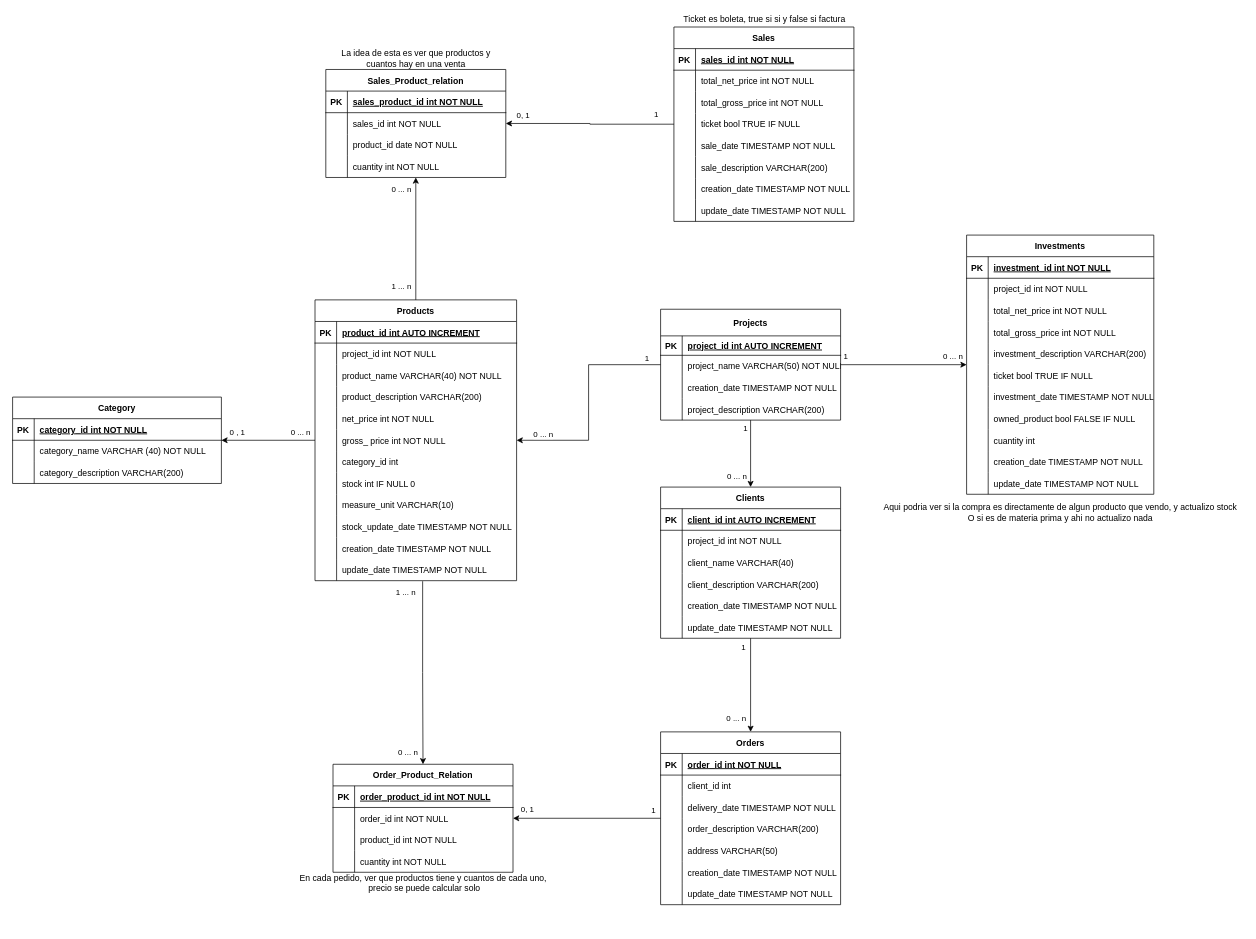
Earlier version of the draw.io diagram DB_model.drawio (diegoHurtadoG/Easy-Negocios). Source tidied: cells renumbered, new cells numbered last; positions are measured from the earlier drawing's top-left corner, leaving out a move shared by most shapes. Both pictures are drawn from the tidied source at 72%, with x=0, y=0 at pixel (12, 12).
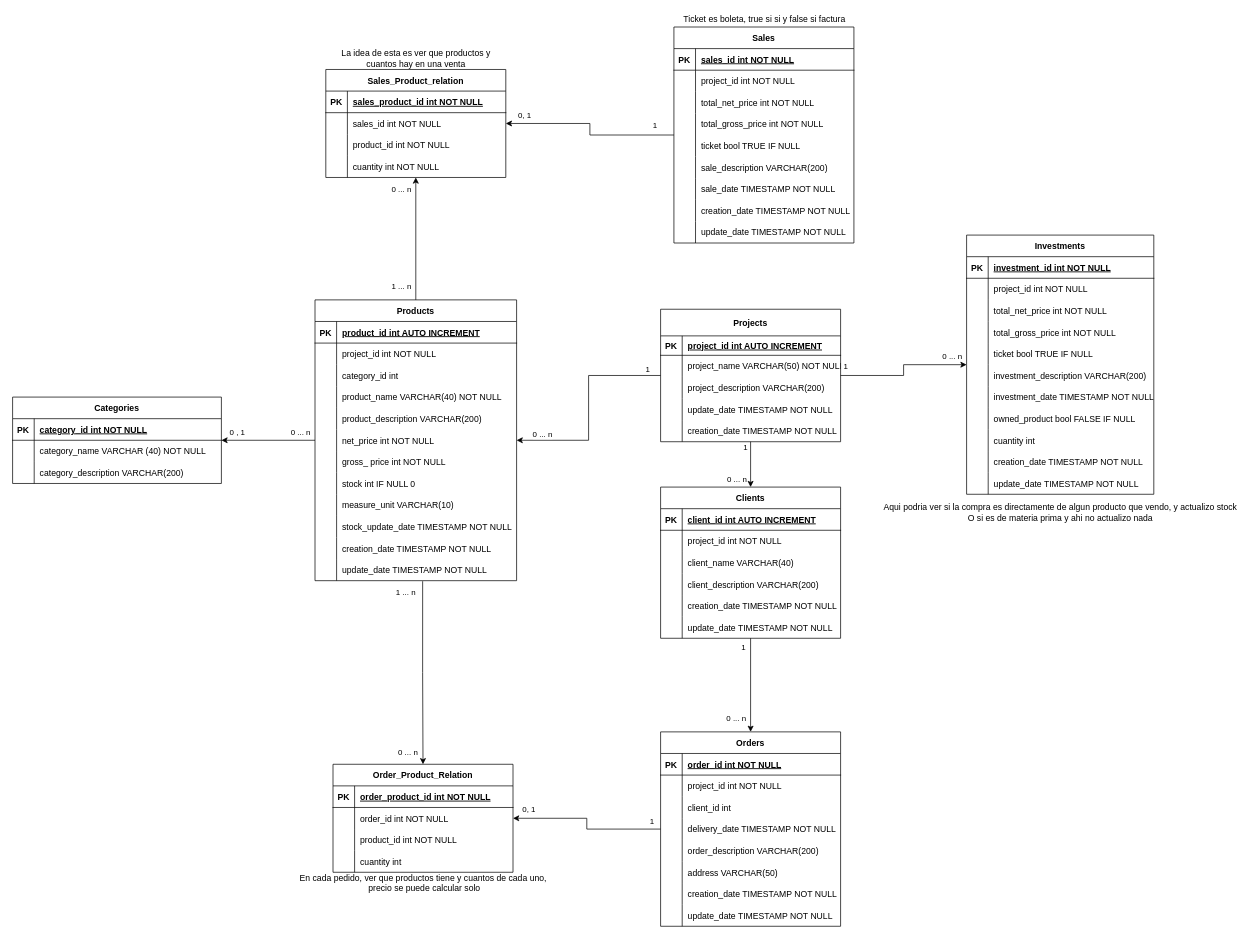
After the change.

Unchanged cells that the change refers to:
```xml
<mxCell id="8" value="Products" style="shape=table;startSize=30;childLayout=tableLayout;rowLines=0;fontStyle=1;align=center;" parent="1" vertex="1">
  <mxGeometry x="420" y="399" width="280" height="390" as="geometry" />
</mxCell>
<mxCell id="45" value="Investments" style="shape=table;startSize=30;childLayout=tableLayout;rowLines=0;fontStyle=1;align=center;" parent="1" vertex="1">
  <mxGeometry x="1325" y="309" width="260" height="360" as="geometry" />
</mxCell>
<mxCell id="190" style="shape=partialRectangle;fillColor=none;top=0;left=0;right=0;bottom=0;" parent="183" vertex="1">
  <mxGeometry y="90" width="250" height="30" as="geometry" />
</mxCell>
<mxCell id="208" style="shape=partialRectangle;fillColor=none;top=0;left=0;right=0;bottom=0;" parent="198" vertex="1">
  <mxGeometry y="120" width="250" height="30" as="geometry" />
</mxCell>
```

What changed in the source:
```diff
@@
+    <mxCell id="27" style="shape=partialRectangle;fillColor=none;top=0;left=0;right=0;bottom=0;" parent="8" vertex="1">
+      <mxGeometry y="90" width="280" height="30" as="geometry" />
+    </mxCell>
+    <mxCell id="28" style="shape=partialRectangle;overflow=hidden;fillColor=none;top=0;left=0;bottom=0;right=0;" parent="27" vertex="1">
+      <mxGeometry width="30" height="30" as="geometry" />
+    </mxCell>
+    <mxCell id="29" value="category_id int" style="shape=partialRectangle;overflow=hidden;fillColor=none;top=0;left=0;bottom=0;right=0;align=left;spacingLeft=6;" parent="27" vertex="1">
+      <mxGeometry x="30" width="250" height="30" as="geometry" />
+    </mxCell>
     <mxCell id="15" style="shape=partialRectangle;fillColor=none;top=0;left=0;right=0;bottom=0;" parent="8" vertex="1">
-      <mxGeometry y="90" width="280" height="30" as="geometry" />
+      <mxGeometry y="120" width="280" height="30" as="geometry" />
     </mxCell>
@@
     <mxCell id="18" style="shape=partialRectangle;fillColor=none;top=0;left=0;right=0;bottom=0;" parent="8" vertex="1">
-      <mxGeometry y="120" width="280" height="30" as="geometry" />
+      <mxGeometry y="150" width="280" height="30" as="geometry" />
     </mxCell>
@@
     <mxCell id="21" style="shape=partialRectangle;fillColor=none;top=0;left=0;right=0;bottom=0;" parent="8" vertex="1">
-      <mxGeometry y="150" width="280" height="30" as="geometry" />
+      <mxGeometry y="180" width="280" height="30" as="geometry" />
     </mxCell>
@@
     <mxCell id="24" style="shape=partialRectangle;fillColor=none;top=0;left=0;right=0;bottom=0;" parent="8" vertex="1">
-      <mxGeometry y="180" width="280" height="30" as="geometry" />
+      <mxGeometry y="210" width="280" height="30" as="geometry" />
     </mxCell>
@@
-    <mxCell id="27" style="shape=partialRectangle;fillColor=none;top=0;left=0;right=0;bottom=0;" parent="8" vertex="1">
-      <mxGeometry y="210" width="280" height="30" as="geometry" />
-    </mxCell>
-    <mxCell id="28" style="shape=partialRectangle;overflow=hidden;fillColor=none;top=0;left=0;bottom=0;right=0;" parent="27" vertex="1">
-      <mxGeometry width="30" height="30" as="geometry" />
-    </mxCell>
-    <mxCell id="29" value="category_id int" style="shape=partialRectangle;overflow=hidden;fillColor=none;top=0;left=0;bottom=0;right=0;align=left;spacingLeft=6;" parent="27" vertex="1">
-      <mxGeometry x="30" width="250" height="30" as="geometry" />
-    </mxCell>
@@
+    <mxCell id="61" style="shape=partialRectangle;fillColor=none;top=0;left=0;right=0;bottom=0;" parent="45" vertex="1">
+      <mxGeometry y="150" width="260" height="30" as="geometry" />
+    </mxCell>
+    <mxCell id="62" style="shape=partialRectangle;overflow=hidden;fillColor=none;top=0;left=0;bottom=0;right=0;" parent="61" vertex="1">
+      <mxGeometry width="30" height="30" as="geometry" />
+    </mxCell>
+    <mxCell id="63" value="ticket bool TRUE IF NULL" style="shape=partialRectangle;overflow=hidden;fillColor=none;top=0;left=0;bottom=0;right=0;align=left;spacingLeft=6;" parent="61" vertex="1">
+      <mxGeometry x="30" width="230" height="30" as="geometry" />
+    </mxCell>
     <mxCell id="58" style="shape=partialRectangle;fillColor=none;top=0;left=0;right=0;bottom=0;" parent="45" vertex="1">
-      <mxGeometry y="150" width="260" height="30" as="geometry" />
+      <mxGeometry y="180" width="260" height="30" as="geometry" />
     </mxCell>
@@
-    <mxCell id="61" style="shape=partialRectangle;fillColor=none;top=0;left=0;right=0;bottom=0;" parent="45" vertex="1">
-      <mxGeometry y="180" width="260" height="30" as="geometry" />
-    </mxCell>
-    <mxCell id="62" style="shape=partialRectangle;overflow=hidden;fillColor=none;top=0;left=0;bottom=0;right=0;" parent="61" vertex="1">
-      <mxGeometry width="30" height="30" as="geometry" />
-    </mxCell>
-    <mxCell id="63" value="ticket bool TRUE IF NULL" style="shape=partialRectangle;overflow=hidden;fillColor=none;top=0;left=0;bottom=0;right=0;align=left;spacingLeft=6;" parent="61" vertex="1">
-      <mxGeometry x="30" width="230" height="30" as="geometry" />
-    </mxCell>
@@
     <mxCell id="82" value="Sales" style="shape=table;startSize=30;childLayout=tableLayout;rowLines=0;fontStyle=1;align=center;" parent="1" vertex="1">
-      <mxGeometry x="918.5" y="20" width="250" height="270" as="geometry" />
+      <mxGeometry x="918.5" y="20" width="250" height="300" as="geometry" />
     </mxCell>
@@
+    <mxCell id="219" style="shape=partialRectangle;fillColor=none;top=0;left=0;right=0;bottom=0;" parent="82" vertex="1">
+      <mxGeometry y="60" width="250" height="30" as="geometry" />
+    </mxCell>
+    <mxCell id="220" style="shape=partialRectangle;overflow=hidden;fillColor=none;top=0;left=0;bottom=0;right=0;" parent="219" vertex="1">
+      <mxGeometry width="30" height="30" as="geometry" />
+    </mxCell>
+    <mxCell id="221" value="project_id int NOT NULL" style="shape=partialRectangle;overflow=hidden;fillColor=none;top=0;left=0;bottom=0;right=0;align=left;spacingLeft=6;" parent="219" vertex="1">
+      <mxGeometry x="30" width="220" height="30" as="geometry" />
+    </mxCell>
     <mxCell id="86" style="shape=partialRectangle;fillColor=none;top=0;left=0;right=0;bottom=0;" parent="82" vertex="1">
-      <mxGeometry y="60" width="250" height="30" as="geometry" />
+      <mxGeometry y="90" width="250" height="30" as="geometry" />
     </mxCell>
@@
     <mxCell id="89" style="shape=partialRectangle;fillColor=none;top=0;left=0;right=0;bottom=0;" parent="82" vertex="1">
-      <mxGeometry y="90" width="250" height="30" as="geometry" />
+      <mxGeometry y="120" width="250" height="30" as="geometry" />
     </mxCell>
@@
     <mxCell id="92" style="shape=partialRectangle;fillColor=none;top=0;left=0;right=0;bottom=0;" parent="82" vertex="1">
-      <mxGeometry y="120" width="250" height="30" as="geometry" />
+      <mxGeometry y="150" width="250" height="30" as="geometry" />
     </mxCell>
@@
+    <mxCell id="98" style="shape=partialRectangle;fillColor=none;top=0;left=0;right=0;bottom=0;" parent="82" vertex="1">
+      <mxGeometry y="180" width="250" height="30" as="geometry" />
+    </mxCell>
+    <mxCell id="99" style="shape=partialRectangle;overflow=hidden;fillColor=none;top=0;left=0;bottom=0;right=0;" parent="98" vertex="1">
+      <mxGeometry width="30" height="30" as="geometry" />
+    </mxCell>
+    <mxCell id="100" value="sale_description VARCHAR(200)" style="shape=partialRectangle;overflow=hidden;fillColor=none;top=0;left=0;bottom=0;right=0;align=left;spacingLeft=6;" parent="98" vertex="1">
+      <mxGeometry x="30" width="220" height="30" as="geometry" />
+    </mxCell>
     <mxCell id="95" style="shape=partialRectangle;fillColor=none;top=0;left=0;right=0;bottom=0;" parent="82" vertex="1">
-      <mxGeometry y="150" width="250" height="30" as="geometry" />
+      <mxGeometry y="210" width="250" height="30" as="geometry" />
     </mxCell>
@@
-    <mxCell id="98" style="shape=partialRectangle;fillColor=none;top=0;left=0;right=0;bottom=0;" parent="82" vertex="1">
-      <mxGeometry y="180" width="250" height="30" as="geometry" />
-    </mxCell>
-    <mxCell id="99" style="shape=partialRectangle;overflow=hidden;fillColor=none;top=0;left=0;bottom=0;right=0;" parent="98" vertex="1">
-      <mxGeometry width="30" height="30" as="geometry" />
-    </mxCell>
-    <mxCell id="100" value="sale_description VARCHAR(200)" style="shape=partialRectangle;overflow=hidden;fillColor=none;top=0;left=0;bottom=0;right=0;align=left;spacingLeft=6;" parent="98" vertex="1">
-      <mxGeometry x="30" width="220" height="30" as="geometry" />
-    </mxCell>
     <mxCell id="101" style="shape=partialRectangle;fillColor=none;top=0;left=0;right=0;bottom=0;" parent="82" vertex="1">
-      <mxGeometry y="210" width="250" height="30" as="geometry" />
+      <mxGeometry y="240" width="250" height="30" as="geometry" />
     </mxCell>
@@
     <mxCell id="104" style="shape=partialRectangle;fillColor=none;top=0;left=0;right=0;bottom=0;" parent="82" vertex="1">
-      <mxGeometry y="240" width="250" height="30" as="geometry" />
+      <mxGeometry y="270" width="250" height="30" as="geometry" />
     </mxCell>
@@
     <mxCell id="110" value="Orders" style="shape=table;startSize=30;childLayout=tableLayout;rowLines=0;fontStyle=1;align=center;" parent="1" vertex="1">
-      <mxGeometry x="900" y="999" width="250" height="240" as="geometry" />
+      <mxGeometry x="900" y="999" width="250" height="270" as="geometry" />
     </mxCell>
@@
+    <mxCell id="222" style="shape=partialRectangle;fillColor=none;top=0;left=0;right=0;bottom=0;" parent="110" vertex="1">
+      <mxGeometry y="60" width="250" height="30" as="geometry" />
+    </mxCell>
+    <mxCell id="223" style="shape=partialRectangle;overflow=hidden;fillColor=none;top=0;left=0;bottom=0;right=0;" parent="222" vertex="1">
+      <mxGeometry width="30" height="30" as="geometry" />
+    </mxCell>
+    <mxCell id="224" value="project_id int NOT NULL" style="shape=partialRectangle;overflow=hidden;fillColor=none;top=0;left=0;bottom=0;right=0;align=left;spacingLeft=6;" parent="222" vertex="1">
+      <mxGeometry x="30" width="220" height="30" as="geometry" />
+    </mxCell>
     <mxCell id="114" style="shape=partialRectangle;fillColor=none;top=0;left=0;right=0;bottom=0;" parent="110" vertex="1">
-      <mxGeometry y="60" width="250" height="30" as="geometry" />
+      <mxGeometry y="90" width="250" height="30" as="geometry" />
     </mxCell>
@@
     <mxCell id="117" style="shape=partialRectangle;fillColor=none;top=0;left=0;right=0;bottom=0;" parent="110" vertex="1">
-      <mxGeometry y="90" width="250" height="30" as="geometry" />
+      <mxGeometry y="120" width="250" height="30" as="geometry" />
     </mxCell>
@@
     <mxCell id="120" style="shape=partialRectangle;fillColor=none;top=0;left=0;right=0;bottom=0;" parent="110" vertex="1">
-      <mxGeometry y="120" width="250" height="30" as="geometry" />
+      <mxGeometry y="150" width="250" height="30" as="geometry" />
     </mxCell>
@@
     <mxCell id="123" style="shape=partialRectangle;fillColor=none;top=0;left=0;right=0;bottom=0;" parent="110" vertex="1">
-      <mxGeometry y="150" width="250" height="30" as="geometry" />
+      <mxGeometry y="180" width="250" height="30" as="geometry" />
     </mxCell>
@@
     <mxCell id="126" style="shape=partialRectangle;fillColor=none;top=0;left=0;right=0;bottom=0;" parent="110" vertex="1">
-      <mxGeometry y="180" width="250" height="30" as="geometry" />
+      <mxGeometry y="210" width="250" height="30" as="geometry" />
     </mxCell>
@@
     <mxCell id="129" style="shape=partialRectangle;fillColor=none;top=0;left=0;right=0;bottom=0;" parent="110" vertex="1">
-      <mxGeometry y="210" width="250" height="30" as="geometry" />
+      <mxGeometry y="240" width="250" height="30" as="geometry" />
     </mxCell>
@@
     <mxCell id="138" value="Projects" style="shape=table;startSize=37;childLayout=tableLayout;rowLines=0;fontStyle=1;align=center;" parent="1" vertex="1">
-      <mxGeometry x="900" y="412" width="250" height="154" as="geometry" />
+      <mxGeometry x="900" y="412" width="250" height="184" as="geometry" />
     </mxCell>
@@
+    <mxCell id="148" style="shape=partialRectangle;fillColor=none;top=0;left=0;right=0;bottom=0;" parent="138" vertex="1">
+      <mxGeometry y="94" width="250" height="30" as="geometry" />
+    </mxCell>
+    <mxCell id="149" style="shape=partialRectangle;overflow=hidden;fillColor=none;top=0;left=0;bottom=0;right=0;" parent="148" vertex="1">
+      <mxGeometry width="30" height="30" as="geometry" />
+    </mxCell>
+    <mxCell id="150" value="project_description VARCHAR(200) " style="shape=partialRectangle;overflow=hidden;fillColor=none;top=0;left=0;bottom=0;right=0;align=left;spacingLeft=6;" parent="148" vertex="1">
+      <mxGeometry x="30" width="220" height="30" as="geometry" />
+    </mxCell>
+    <mxCell id="225" style="shape=partialRectangle;fillColor=none;top=0;left=0;right=0;bottom=0;" parent="138" vertex="1">
+      <mxGeometry y="124" width="250" height="30" as="geometry" />
+    </mxCell>
+    <mxCell id="226" style="shape=partialRectangle;overflow=hidden;fillColor=none;top=0;left=0;bottom=0;right=0;" parent="225" vertex="1">
+      <mxGeometry width="30" height="30" as="geometry" />
+    </mxCell>
+    <mxCell id="227" value="update_date TIMESTAMP NOT NULL" style="shape=partialRectangle;overflow=hidden;fillColor=none;top=0;left=0;bottom=0;right=0;align=left;spacingLeft=6;" parent="225" vertex="1">
+      <mxGeometry x="30" width="220" height="30" as="geometry" />
+    </mxCell>
     <mxCell id="145" style="shape=partialRectangle;fillColor=none;top=0;left=0;right=0;bottom=0;" parent="138" vertex="1">
-      <mxGeometry y="94" width="250" height="30" as="geometry" />
+      <mxGeometry y="154" width="250" height="30" as="geometry" />
     </mxCell>
@@
-    <mxCell id="148" style="shape=partialRectangle;fillColor=none;top=0;left=0;right=0;bottom=0;" parent="138" vertex="1">
-      <mxGeometry y="124" width="250" height="30" as="geometry" />
-    </mxCell>
-    <mxCell id="149" style="shape=partialRectangle;overflow=hidden;fillColor=none;top=0;left=0;bottom=0;right=0;" parent="148" vertex="1">
-      <mxGeometry width="30" height="30" as="geometry" />
-    </mxCell>
-    <mxCell id="150" value="project_description VARCHAR(200) " style="shape=partialRectangle;overflow=hidden;fillColor=none;top=0;left=0;bottom=0;right=0;align=left;spacingLeft=6;" parent="148" vertex="1">
-      <mxGeometry x="30" width="220" height="30" as="geometry" />
-    </mxCell>
@@
-    <mxCell id="173" value="Category" style="shape=table;startSize=30;childLayout=tableLayout;rowLines=0;fontStyle=1;align=center;" parent="1" vertex="1">
+    <mxCell id="173" value="Categories" style="shape=table;startSize=30;childLayout=tableLayout;rowLines=0;fontStyle=1;align=center;" parent="1" vertex="1">
       <mxGeometry y="534" width="290" height="120" as="geometry" />
     </mxCell>
@@
-    <mxCell id="192" value="product_id date NOT NULL" style="shape=partialRectangle;overflow=hidden;fillColor=none;top=0;left=0;bottom=0;right=0;align=left;spacingLeft=6;" parent="190" vertex="1">
+    <mxCell id="192" value="product_id int NOT NULL" style="shape=partialRectangle;overflow=hidden;fillColor=none;top=0;left=0;bottom=0;right=0;align=left;spacingLeft=6;" parent="190" vertex="1">
       <mxGeometry x="30" width="220" height="30" as="geometry" />
     </mxCell>
@@
-    <mxCell id="210" value="cuantity int NOT NULL" style="shape=partialRectangle;overflow=hidden;fillColor=none;top=0;left=0;bottom=0;right=0;align=left;spacingLeft=6;" parent="208" vertex="1">
+    <mxCell id="210" value="cuantity int" style="shape=partialRectangle;overflow=hidden;fillColor=none;top=0;left=0;bottom=0;right=0;align=left;spacingLeft=6;" parent="208" vertex="1">
       <mxGeometry x="30" width="220" height="30" as="geometry" />
     </mxCell>
```
